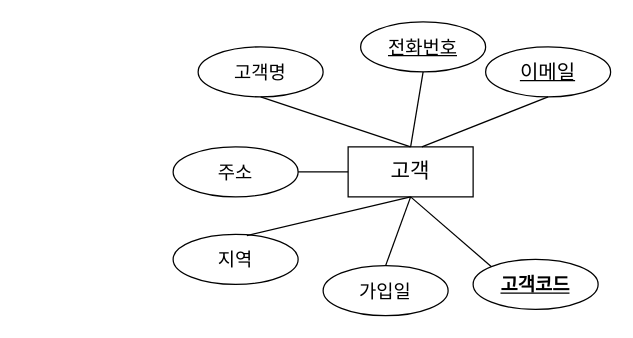
Earlier version of the draw.io diagram erd.drawio (bitcocom/ai8erd). Source tidied: cells renumbered, new cells numbered last; positions are measured from the earlier drawing's top-left corner, leaving out a move shared by most shapes. Both pictures are drawn from the tidied source at 125%, with x=0, y=0 at pixel (172, 21).
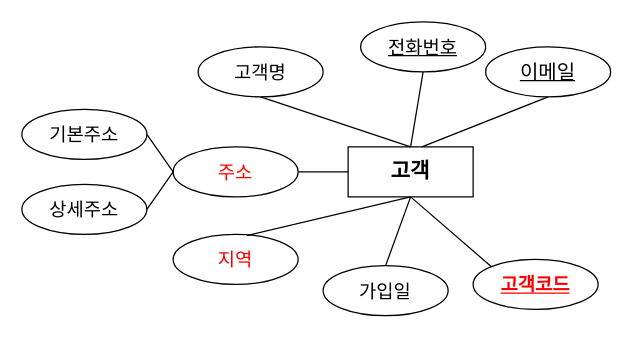
The same page after the edit.

Diff of the diagram source:
```diff
@@
-    <mxCell id="2" value="고객" style="whiteSpace=wrap;html=1;align=center;fontSize=17;" parent="1" vertex="1">
+    <mxCell id="2" value="고객" style="whiteSpace=wrap;html=1;align=center;fontSize=17;fontStyle=1;" parent="1" vertex="1">
       <mxGeometry x="140" y="100" width="100" height="40" as="geometry" />
     </mxCell>
@@
-    <mxCell id="9" value="주소" style="ellipse;whiteSpace=wrap;html=1;align=center;fontSize=15;" parent="1" vertex="1">
+    <mxCell id="9" value="주소" style="ellipse;whiteSpace=wrap;html=1;align=center;fontSize=15;fontColor=#FF0000;" parent="1" vertex="1">
       <mxGeometry y="100" width="100" height="40" as="geometry" />
     </mxCell>
@@
-    <mxCell id="11" value="지역" style="ellipse;whiteSpace=wrap;html=1;align=center;fontSize=15;" parent="1" vertex="1">
+    <mxCell id="11" value="지역" style="ellipse;whiteSpace=wrap;html=1;align=center;fontSize=15;fontColor=#FF0000;" parent="1" vertex="1">
       <mxGeometry y="170" width="100" height="40" as="geometry" />
     </mxCell>
@@
-    <mxCell id="15" value="&lt;u&gt;&lt;b&gt;고객코드&lt;/b&gt;&lt;/u&gt;" style="ellipse;whiteSpace=wrap;html=1;align=center;fontSize=15;" parent="1" vertex="1">
+    <mxCell id="15" value="&lt;u&gt;&lt;b&gt;고객코드&lt;/b&gt;&lt;/u&gt;" style="ellipse;whiteSpace=wrap;html=1;align=center;fontSize=15;fontColor=#FF0000;" parent="1" vertex="1">
       <mxGeometry x="240" y="190" width="100" height="40" as="geometry" />
     </mxCell>
@@
+    <mxCell id="17" value="기본주소" style="ellipse;whiteSpace=wrap;html=1;align=center;fontSize=15;" parent="1" vertex="1">
+      <mxGeometry x="-121" y="70" width="100" height="40" as="geometry" />
+    </mxCell>
+    <mxCell id="18" value="상세주소" style="ellipse;whiteSpace=wrap;html=1;align=center;fontSize=15;" parent="1" vertex="1">
+      <mxGeometry x="-121" y="130" width="100" height="40" as="geometry" />
+    </mxCell>
+    <mxCell id="19" style="endArrow=none;html=1;rounded=0;exitX=1;exitY=0.5;exitDx=0;exitDy=0;entryX=0;entryY=0.5;entryDx=0;entryDy=0;" parent="1" edge="1" source="17" target="9">
+      <mxGeometry relative="1" as="geometry" />
+    </mxCell>
+    <mxCell id="20" style="endArrow=none;html=1;rounded=0;exitX=1;exitY=0.5;exitDx=0;exitDy=0;entryX=0;entryY=0.5;entryDx=0;entryDy=0;" parent="1" edge="1" source="18" target="9">
+      <mxGeometry relative="1" as="geometry" />
+    </mxCell>
```
